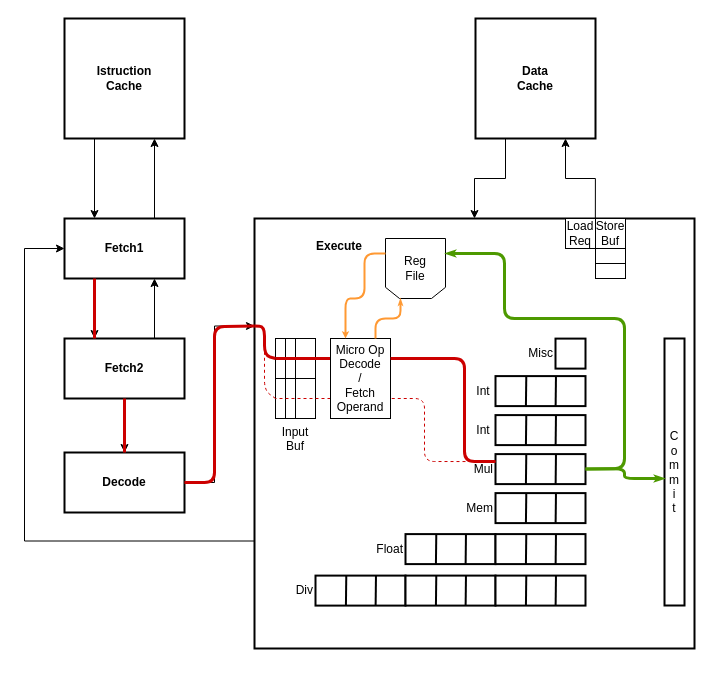
Above: Diagrammi/MinorArmMulOp.drawio in The90Frank/MinorArmAnalyzer (draw.io), before the change. Source tidied: cells renumbered, new cells numbered last; positions are measured from the earlier drawing's top-left corner, leaving out a move shared by most shapes. Both pictures are drawn from the tidied source at 100%, with x=0, y=0 at pixel (24, 18).
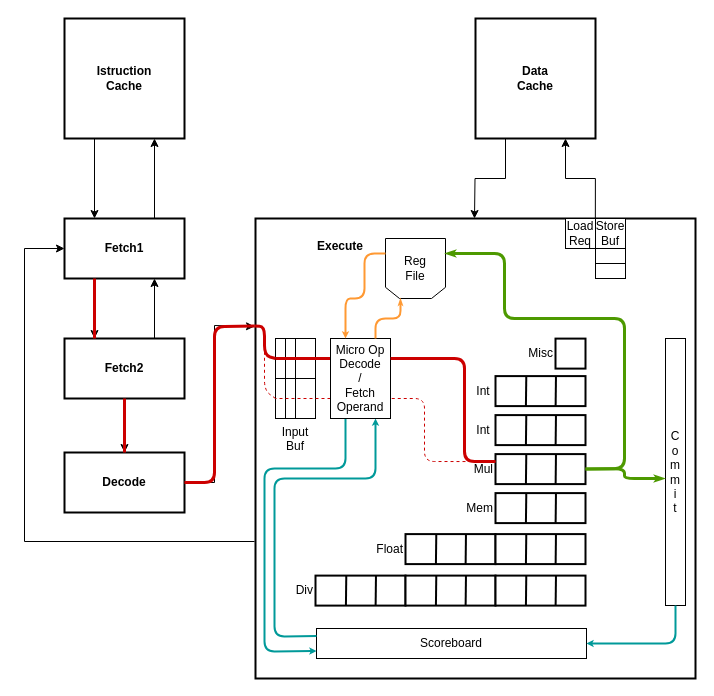
The same diagram, later.

The change refers to these unchanged cells:
```xml
<mxCell id="6" value="Fetch1" style="rounded=0;whiteSpace=wrap;html=1;fontStyle=1;strokeWidth=2;" parent="1" vertex="1">
  <mxGeometry x="40" y="200" width="120" height="60" as="geometry" />
</mxCell>
<mxCell id="11" value="&lt;span&gt;Decode&lt;/span&gt;" style="rounded=0;whiteSpace=wrap;html=1;fontStyle=1;strokeWidth=2;" parent="1" vertex="1">
  <mxGeometry x="40" y="434" width="120" height="60" as="geometry" />
</mxCell>
<mxCell id="16" value="Data&lt;br&gt;Cache" style="rounded=0;whiteSpace=wrap;html=1;fontStyle=1;strokeWidth=2;" parent="1" vertex="1">
  <mxGeometry x="451" width="120" height="120" as="geometry" />
</mxCell>
<mxCell id="47" value="Input Buf" style="rounded=0;whiteSpace=wrap;html=1;align=center;labelPosition=center;verticalLabelPosition=bottom;verticalAlign=top;" parent="1" vertex="1">
  <mxGeometry x="251" y="320" width="40" height="80" as="geometry" />
</mxCell>
```

Diff of the diagram source:
```diff
@@
+    <mxCell id="14" value="&amp;nbsp; &amp;nbsp; &amp;nbsp; &amp;nbsp; &amp;nbsp; &lt;br&gt;&amp;nbsp; &amp;nbsp; &amp;nbsp; &amp;nbsp; &amp;nbsp; &amp;nbsp; &amp;nbsp; &amp;nbsp; &amp;nbsp; &lt;b&gt;Execute&lt;/b&gt;" style="rounded=0;whiteSpace=wrap;html=1;verticalAlign=top;labelPosition=center;verticalLabelPosition=middle;align=left;strokeWidth=2;" parent="1" vertex="1">
+      <mxGeometry x="231" y="200" width="440" height="460" as="geometry" />
+    </mxCell>
+    <mxCell id="52" value="C&lt;br&gt;o&lt;br&gt;m&lt;br&gt;m&lt;br&gt;i&lt;br&gt;t" style="rounded=0;whiteSpace=wrap;html=1;align=center;strokeWidth=1;" parent="1" vertex="1">
+      <mxGeometry x="641" y="320" width="20" height="267" as="geometry" />
+    </mxCell>
+    <mxCell id="71" value="Scoreboard" style="rounded=0;whiteSpace=wrap;html=1;strokeWidth=1;" parent="1" vertex="1">
+      <mxGeometry x="292" y="610" width="270" height="30" as="geometry" />
+    </mxCell>
+    <mxCell id="72" style="endArrow=classic;html=1;strokeColor=#009999;entryX=0;entryY=0.75;entryDx=0;entryDy=0;exitX=0.25;exitY=1;exitDx=0;exitDy=0;strokeWidth=2;startSize=3;endSize=1;" parent="1" edge="1" target="71">
+      <mxGeometry relative="1" as="geometry">
+        <mxPoint x="321" y="400" as="sourcePoint" />
+        <Array as="points">
+          <mxPoint x="321" y="450" />
+          <mxPoint x="240" y="450" />
+          <mxPoint x="240" y="633" />
+        </Array>
+      </mxGeometry>
+    </mxCell>
+    <mxCell id="73" style="endArrow=classic;html=1;strokeColor=#009999;entryX=0.75;entryY=1;entryDx=0;entryDy=0;exitX=0;exitY=0.25;exitDx=0;exitDy=0;strokeWidth=2;startSize=3;endSize=1;" parent="1" edge="1" source="71">
+      <mxGeometry relative="1" as="geometry">
+        <mxPoint x="351" y="400" as="targetPoint" />
+        <Array as="points">
+          <mxPoint x="250" y="618" />
+          <mxPoint x="250" y="460" />
+          <mxPoint x="351" y="460" />
+        </Array>
+      </mxGeometry>
+    </mxCell>
+    <mxCell id="74" style="endArrow=classic;html=1;strokeColor=#009999;entryX=1;entryY=0.5;entryDx=0;entryDy=0;exitX=0.5;exitY=1;exitDx=0;exitDy=0;strokeWidth=2;startSize=3;endSize=1;" parent="1" edge="1" source="52" target="71">
+      <mxGeometry relative="1" as="geometry">
+        <Array as="points">
+          <mxPoint x="651" y="625" />
+        </Array>
+      </mxGeometry>
+    </mxCell>
@@
-    <mxCell id="10" style="edgeStyle=orthogonalEdgeStyle;rounded=0;jettySize=auto;html=1;exitX=1;exitY=0.5;exitDx=0;exitDy=0;entryX=0;entryY=0.25;entryDx=0;entryDy=0;" parent="1" edge="1" source="11" target="14">
+    <mxCell id="10" style="edgeStyle=orthogonalEdgeStyle;rounded=0;jettySize=auto;html=1;exitX=1;exitY=0.5;exitDx=0;exitDy=0;entryX=0;entryY=0.25;entryDx=0;entryDy=0;" parent="1" edge="1" source="11">
       <mxGeometry relative="1" as="geometry">
+        <mxPoint x="230" y="308" as="targetPoint" />
         <Array as="points">
           <mxPoint x="190" y="464" />
           <mxPoint x="190" y="307" />
         </Array>
       </mxGeometry>
     </mxCell>
@@
-    <mxCell id="13" style="edgeStyle=orthogonalEdgeStyle;rounded=0;jettySize=auto;html=1;entryX=0;entryY=0.5;entryDx=0;entryDy=0;exitX=0;exitY=0.75;exitDx=0;exitDy=0;" parent="1" edge="1" source="14" target="6">
+    <mxCell id="13" style="edgeStyle=orthogonalEdgeStyle;rounded=0;jettySize=auto;html=1;entryX=0;entryY=0.5;entryDx=0;entryDy=0;exitX=0;exitY=0.75;exitDx=0;exitDy=0;" parent="1" edge="1" target="6">
       <mxGeometry relative="1" as="geometry">
+        <mxPoint x="230" y="523" as="sourcePoint" />
         <Array as="points">
           <mxPoint y="523" />
           <mxPoint y="230" />
         </Array>
       </mxGeometry>
     </mxCell>
-    <mxCell id="14" value="&amp;nbsp; &amp;nbsp; &amp;nbsp; &amp;nbsp; &amp;nbsp; &lt;br&gt;&amp;nbsp; &amp;nbsp; &amp;nbsp; &amp;nbsp; &amp;nbsp; &amp;nbsp; &amp;nbsp; &amp;nbsp; &amp;nbsp; &lt;b&gt;Execute&lt;/b&gt;" style="rounded=0;whiteSpace=wrap;html=1;verticalAlign=top;labelPosition=center;verticalLabelPosition=middle;align=left;strokeWidth=2;" parent="1" vertex="1">
-      <mxGeometry x="230" y="200" width="440" height="430" as="geometry" />
-    </mxCell>
-    <mxCell id="15" style="edgeStyle=orthogonalEdgeStyle;rounded=0;jettySize=auto;html=1;exitX=0.25;exitY=1;exitDx=0;exitDy=0;entryX=0.5;entryY=0;entryDx=0;entryDy=0;" parent="1" edge="1" source="16" target="14">
-      <mxGeometry relative="1" as="geometry" />
+    <mxCell id="15" style="edgeStyle=orthogonalEdgeStyle;rounded=0;jettySize=auto;html=1;exitX=0.25;exitY=1;exitDx=0;exitDy=0;entryX=0.5;entryY=0;entryDx=0;entryDy=0;" parent="1" edge="1" source="16">
+      <mxGeometry relative="1" as="geometry">
+        <mxPoint x="450" y="200" as="targetPoint" />
+      </mxGeometry>
     </mxCell>
@@
-    <mxCell id="52" value="C&lt;br&gt;o&lt;br&gt;m&lt;br&gt;m&lt;br&gt;i&lt;br&gt;t" style="rounded=0;whiteSpace=wrap;html=1;align=center;strokeWidth=2;" parent="1" vertex="1">
-      <mxGeometry x="640" y="320" width="20" height="267" as="geometry" />
-    </mxCell>
@@
-    <mxCell id="55" style="endArrow=none;html=1;strokeColor=#CC0000;strokeWidth=3;entryX=1;entryY=0.5;entryDx=0;entryDy=0;exitX=0;exitY=0.25;exitDx=0;exitDy=0;" parent="1" edge="1" source="14" target="11">
+    <mxCell id="55" style="endArrow=none;html=1;strokeColor=#CC0000;strokeWidth=3;entryX=1;entryY=0.5;entryDx=0;entryDy=0;exitX=0;exitY=0.25;exitDx=0;exitDy=0;" parent="1" edge="1" target="11">
       <mxGeometry relative="1" as="geometry">
+        <mxPoint x="230" y="307.5" as="sourcePoint" />
         <Array as="points">
           <mxPoint x="190" y="308" />
           <mxPoint x="190" y="464" />
         </Array>
       </mxGeometry>
     </mxCell>
-    <mxCell id="56" style="endArrow=none;html=1;strokeColor=#CC0000;strokeWidth=3;entryX=0;entryY=0.25;entryDx=0;entryDy=0;exitX=0;exitY=0.25;exitDx=0;exitDy=0;" parent="1" edge="1" source="47" target="14">
+    <mxCell id="56" style="endArrow=none;html=1;strokeColor=#CC0000;strokeWidth=3;entryX=0;entryY=0.25;entryDx=0;entryDy=0;exitX=0;exitY=0.25;exitDx=0;exitDy=0;" parent="1" edge="1" source="47">
       <mxGeometry relative="1" as="geometry">
+        <mxPoint x="230" y="307.5" as="targetPoint" />
         <Array as="points">
           <mxPoint x="240" y="337" />
           <mxPoint x="240" y="308" />
         </Array>
       </mxGeometry>
     </mxCell>
```
